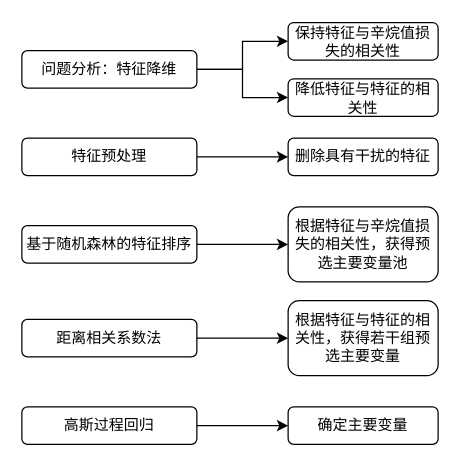
wennieWN/UML keeps this draw.io diagram as 数模2.drawio. Above is the earlier version. Source tidied: cells renumbered, new cells numbered last; positions are measured from the earlier drawing's top-left corner, leaving out a move shared by most shapes. Both pictures are drawn from the tidied source at 125%, with x=0, y=0 at pixel (21, 22).
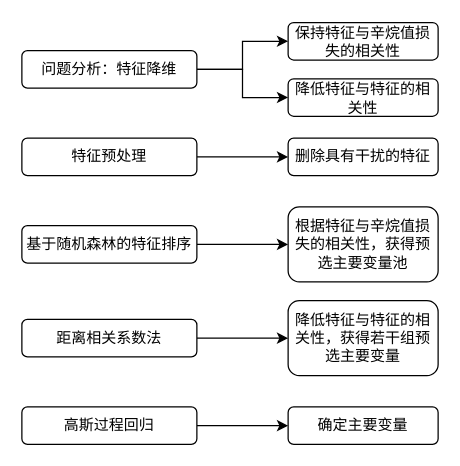
After the change.

What changed in the source:
```diff
@@
 <mxGraphModel>
   <root>
     <mxCell id="0" />
     <mxCell id="1" parent="0" />
     <mxCell id="2" style="edgeStyle=orthogonalEdgeStyle;rounded=0;jettySize=auto;html=1;entryX=0;entryY=0.5;entryDx=0;entryDy=0;" parent="1" edge="1" source="3" target="12">
       <mxGeometry relative="1" as="geometry" />
     </mxCell>
     <mxCell id="3" value="特征预处理" style="rounded=1;whiteSpace=wrap;html=1;fontFamily=Times New Roman;" parent="1" vertex="1">
       <mxGeometry y="92" width="140" height="30" as="geometry" />
     </mxCell>
     <mxCell id="4" style="edgeStyle=orthogonalEdgeStyle;rounded=0;jettySize=auto;html=1;entryX=0;entryY=0.5;entryDx=0;entryDy=0;fontFamily=Times New Roman;" parent="1" edge="1" source="5" target="11">
       <mxGeometry relative="1" as="geometry" />
     </mxCell>
     <mxCell id="5" value="基于随机森林的特征排序" style="rounded=1;whiteSpace=wrap;html=1;fontFamily=Times New Roman;" parent="1" vertex="1">
       <mxGeometry y="162" width="140" height="30" as="geometry" />
     </mxCell>
     <mxCell id="6" style="edgeStyle=orthogonalEdgeStyle;rounded=0;jettySize=auto;html=1;entryX=0;entryY=0.5;entryDx=0;entryDy=0;" parent="1" edge="1" source="7" target="13">
       <mxGeometry relative="1" as="geometry" />
     </mxCell>
     <mxCell id="7" value="距离相关系数法" style="rounded=1;whiteSpace=wrap;html=1;fontFamily=Times New Roman;" parent="1" vertex="1">
       <mxGeometry y="237" width="140" height="30" as="geometry" />
     </mxCell>
     <mxCell id="8" style="edgeStyle=orthogonalEdgeStyle;rounded=0;jettySize=auto;html=1;entryX=0;entryY=0.5;entryDx=0;entryDy=0;fontFamily=Times New Roman;" parent="1" edge="1" source="9" target="10">
       <mxGeometry relative="1" as="geometry" />
     </mxCell>
     <mxCell id="9" value="高斯过程回归" style="rounded=1;whiteSpace=wrap;html=1;fontFamily=Times New Roman;" parent="1" vertex="1">
       <mxGeometry y="307" width="140" height="30" as="geometry" />
     </mxCell>
     <mxCell id="10" value="确定主要变量" style="rounded=1;whiteSpace=wrap;html=1;fontFamily=Times New Roman;" parent="1" vertex="1">
       <mxGeometry x="213" y="307" width="120" height="30" as="geometry" />
     </mxCell>
     <mxCell id="11" value="根据特征与辛烷值损失的相关性，获得预选主要变量池" style="rounded=1;whiteSpace=wrap;html=1;fontFamily=Times New Roman;" parent="1" vertex="1">
       <mxGeometry x="213" y="147" width="120" height="60" as="geometry" />
     </mxCell>
     <mxCell id="12" value="删除具有干扰的特征" style="rounded=1;whiteSpace=wrap;html=1;fontFamily=Times New Roman;" parent="1" vertex="1">
       <mxGeometry x="213" y="92" width="120" height="30" as="geometry" />
     </mxCell>
-    <mxCell id="13" value="根据特征与特征的相关性，获得若干组预选主要变量" style="rounded=1;whiteSpace=wrap;html=1;fontFamily=Times New Roman;" parent="1" vertex="1">
+    <mxCell id="13" value="降低特征与特征的相关性，获得若干组预选主要变量" style="rounded=1;whiteSpace=wrap;html=1;fontFamily=Times New Roman;" parent="1" vertex="1">
       <mxGeometry x="213" y="222" width="120" height="60" as="geometry" />
     </mxCell>
     <mxCell id="14" style="edgeStyle=orthogonalEdgeStyle;rounded=0;jettySize=auto;html=1;entryX=0;entryY=0.5;entryDx=0;entryDy=0;" parent="1" edge="1" source="16" target="18">
       <mxGeometry relative="1" as="geometry" />
     </mxCell>
     <mxCell id="15" style="edgeStyle=orthogonalEdgeStyle;rounded=0;jettySize=auto;html=1;entryX=0;entryY=0.5;entryDx=0;entryDy=0;" parent="1" edge="1" source="16" target="17">
       <mxGeometry relative="1" as="geometry" />
     </mxCell>
     <mxCell id="16" value="问题分析：特征降维" style="rounded=1;whiteSpace=wrap;html=1;fontFamily=Times New Roman;" parent="1" vertex="1">
       <mxGeometry y="22" width="140" height="30" as="geometry" />
     </mxCell>
     <mxCell id="17" value="降低特征与特征的相关性" style="rounded=1;whiteSpace=wrap;html=1;fontFamily=Times New Roman;" parent="1" vertex="1">
       <mxGeometry x="213" y="44.5" width="120" height="30" as="geometry" />
     </mxCell>
     <mxCell id="18" value="保持特征与辛烷值损失的相关性" style="rounded=1;whiteSpace=wrap;html=1;fontFamily=Times New Roman;" parent="1" vertex="1">
       <mxGeometry x="213" y="-0.5" width="120" height="30" as="geometry" />
     </mxCell>
   </root>
 </mxGraphModel>
```
